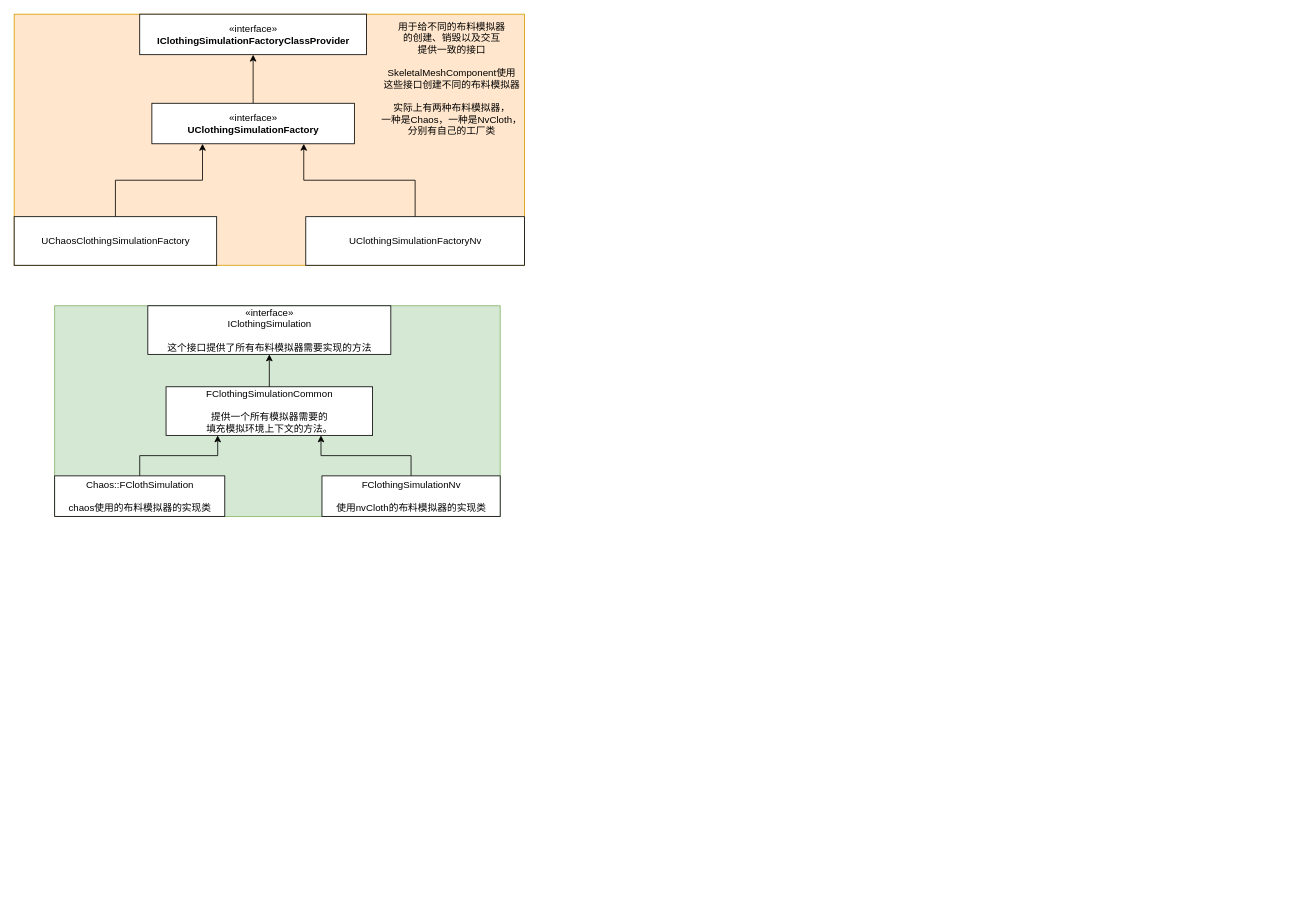
Earlier version of the draw.io diagram ChaosCloth.drawio (wxhaooo/UE4-Beginner-Guide). Source tidied: cells renumbered, new cells numbered last; positions are measured from the earlier drawing's top-left corner, leaving out a move shared by most shapes. Both pictures are drawn from the tidied source at 81%, with x=0, y=0 at pixel (14, 14).
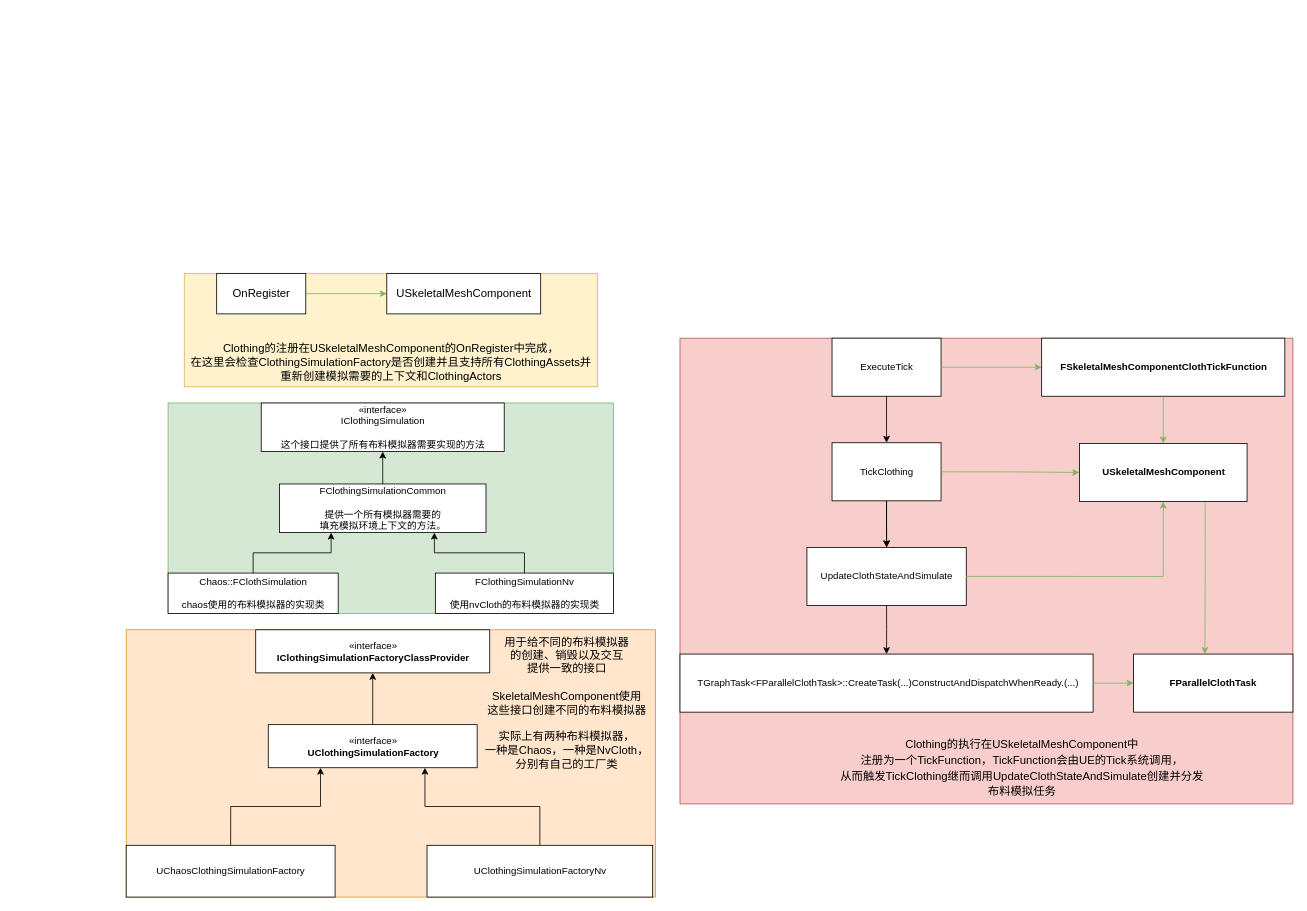
After the change.

What changed in the source:
```diff
@@
     <mxCell id="2" style="group;fillColor=#ffe6cc;strokeColor=#d79b00;" parent="1" vertex="1">
-      <mxGeometry width="630" height="310" as="geometry" />
+      <mxGeometry x="138.3" y="760" width="653.3" height="330" as="geometry" />
     </mxCell>
     <mxCell id="3" value="«interface»&lt;br&gt;&lt;b&gt;UClothingSimulationFactory&lt;/b&gt;" style="html=1;" parent="2" vertex="1">
-      <mxGeometry x="170" y="110" width="250" height="50" as="geometry" />
+      <mxGeometry x="175.4" y="117.1" width="257.9" height="53.2" as="geometry" />
     </mxCell>
     <mxCell id="4" value="«interface»&lt;br&gt;&lt;b&gt;IClothingSimulationFactoryClassProvider&lt;/b&gt;" style="html=1;" parent="2" vertex="1">
-      <mxGeometry x="155" width="280" height="50" as="geometry" />
+      <mxGeometry x="159.9" width="288.9" height="53.2" as="geometry" />
     </mxCell>
@@
     <mxCell id="7" value="UChaosClothingSimulationFactory" style="html=1;" parent="2" vertex="1">
-      <mxGeometry y="250" width="250" height="60" as="geometry" />
+      <mxGeometry y="266.1" width="257.9" height="63.9" as="geometry" />
     </mxCell>
@@
     <mxCell id="9" value="UClothingSimulationFactoryNv" style="html=1;" parent="2" vertex="1">
-      <mxGeometry x="360" y="250" width="270" height="60" as="geometry" />
+      <mxGeometry x="371.4" y="266.1" width="278.6" height="63.9" as="geometry" />
     </mxCell>
-    <mxCell id="10" value="用于给不同的布料模拟器&lt;br&gt;的创建、销毁以及交互&lt;br&gt;提供一致的接口&lt;br&gt;&lt;br&gt;SkeletalMeshComponent使用&lt;br&gt;这些接口创建不同的布料模拟器&lt;br&gt;&lt;br&gt;实际上有两种布料模拟器，&lt;br&gt;一种是Chaos，一种是NvCloth，&lt;br&gt;分别有自己的工厂类" style="text;html=1;align=center;verticalAlign=middle;strokeColor=none;fillColor=none;" parent="1" vertex="1">
-      <mxGeometry x="445" y="5" width="190" height="150" as="geometry" />
+    <mxCell id="10" value="用于给不同的布料模拟器&lt;br style=&quot;font-size: 14px;&quot;&gt;的创建、销毁以及交互&lt;br style=&quot;font-size: 14px;&quot;&gt;提供一致的接口&lt;br style=&quot;font-size: 14px;&quot;&gt;&lt;br style=&quot;font-size: 14px;&quot;&gt;SkeletalMeshComponent使用&lt;br style=&quot;font-size: 14px;&quot;&gt;这些接口创建不同的布料模拟器&lt;br style=&quot;font-size: 14px;&quot;&gt;&lt;br style=&quot;font-size: 14px;&quot;&gt;实际上有两种布料模拟器，&lt;br style=&quot;font-size: 14px;&quot;&gt;一种是Chaos，一种是NvCloth，&lt;br style=&quot;font-size: 14px;&quot;&gt;分别有自己的工厂类" style="text;html=1;align=center;verticalAlign=middle;strokeColor=none;fillColor=none;fontSize=14;" parent="2" vertex="1">
+      <mxGeometry x="433.3" width="220" height="180" as="geometry" />
     </mxCell>
     <mxCell id="11" style="group;fillColor=#d5e8d4;strokeColor=#82b366;" parent="1" vertex="1">
-      <mxGeometry x="50" y="360" width="550" height="260" as="geometry" />
+      <mxGeometry x="190" y="480" width="550" height="260" as="geometry" />
     </mxCell>
@@
+    <mxCell id="19" style="group;fillColor=#fff2cc;strokeColor=#d6b656;" parent="1" vertex="1">
+      <mxGeometry x="210" y="320" width="510" height="140" as="geometry" />
+    </mxCell>
+    <mxCell id="20" value="OnRegister" style="html=1;fontSize=14;" parent="19" vertex="1">
+      <mxGeometry x="40" width="110" height="50" as="geometry" />
+    </mxCell>
+    <mxCell id="21" value="USkeletalMeshComponent" style="html=1;fontSize=14;" parent="19" vertex="1">
+      <mxGeometry x="250" width="190" height="50" as="geometry" />
+    </mxCell>
+    <mxCell id="22" style="edgeStyle=orthogonalEdgeStyle;rounded=0;jettySize=auto;html=1;exitX=1;exitY=0.5;exitDx=0;exitDy=0;entryX=0;entryY=0.5;entryDx=0;entryDy=0;fontSize=14;fillColor=#d5e8d4;strokeColor=#82b366;" parent="19" edge="1" source="20" target="21">
+      <mxGeometry relative="1" as="geometry" />
+    </mxCell>
+    <mxCell id="23" value="Clothing的注册在USkeletalMeshComponent的OnRegister中完成，&lt;br&gt;在这里会检查ClothingSimulationFactory是否创建并且支持所有ClothingAssets并&lt;br&gt;重新创建模拟需要的上下文和ClothingActors&lt;br&gt;" style="text;html=1;align=center;verticalAlign=middle;strokeColor=none;fillColor=none;fontSize=14;" parent="19" vertex="1">
+      <mxGeometry y="80" width="510" height="60" as="geometry" />
+    </mxCell>
+    <mxCell id="24" style="group;fillColor=#f8cecc;strokeColor=#b85450;" parent="1" vertex="1">
+      <mxGeometry x="822" y="400" width="756.7" height="575" as="geometry" />
+    </mxCell>
+    <mxCell id="25" value="ExecuteTick" style="html=1;" parent="24" vertex="1">
+      <mxGeometry x="187.7" width="134.6" height="71.7" as="geometry" />
+    </mxCell>
+    <mxCell id="26" style="edgeStyle=orthogonalEdgeStyle;rounded=0;jettySize=auto;html=1;exitX=0.5;exitY=1;exitDx=0;exitDy=0;fontSize=14;" parent="24" edge="1" source="27" target="28">
+      <mxGeometry relative="1" as="geometry" />
+    </mxCell>
+    <mxCell id="27" value="TickClothing" style="html=1;" parent="24" vertex="1">
+      <mxGeometry x="187.7" y="129.1" width="134.6" height="71.7" as="geometry" />
+    </mxCell>
+    <mxCell id="28" value="UpdateClothStateAndSimulate" style="html=1;" parent="24" vertex="1">
+      <mxGeometry x="156.7" y="258.3" width="196.7" height="71.7" as="geometry" />
+    </mxCell>
+    <mxCell id="29" value="&lt;b&gt;FSkeletalMeshComponentClothTickFunction&lt;/b&gt;" style="html=1;" parent="24" vertex="1">
+      <mxGeometry x="446.5" width="300.2" height="71.7" as="geometry" />
+    </mxCell>
+    <mxCell id="30" style="edgeStyle=orthogonalEdgeStyle;rounded=0;jettySize=auto;html=1;exitX=1;exitY=0.5;exitDx=0;exitDy=0;entryX=0;entryY=0.5;entryDx=0;entryDy=0;fillColor=#d5e8d4;strokeColor=#82b366;" parent="24" edge="1" source="25" target="29">
+      <mxGeometry relative="1" as="geometry" />
+    </mxCell>
+    <mxCell id="31" value="&lt;b&gt;USkeletalMeshComponent&lt;/b&gt;" style="html=1;" parent="24" vertex="1">
+      <mxGeometry x="493.1" y="130" width="207" height="71.7" as="geometry" />
+    </mxCell>
+    <mxCell id="32" style="edgeStyle=orthogonalEdgeStyle;rounded=0;jettySize=auto;html=1;exitX=1;exitY=0.5;exitDx=0;exitDy=0;entryX=0;entryY=0.5;entryDx=0;entryDy=0;fillColor=#d5e8d4;strokeColor=#82b366;" parent="24" edge="1" source="27" target="31">
+      <mxGeometry relative="1" as="geometry" />
+    </mxCell>
+    <mxCell id="33" style="edgeStyle=orthogonalEdgeStyle;rounded=0;jettySize=auto;html=1;exitX=1;exitY=0.5;exitDx=0;exitDy=0;entryX=0.5;entryY=1;entryDx=0;entryDy=0;fillColor=#d5e8d4;strokeColor=#82b366;" parent="24" edge="1" source="28" target="31">
+      <mxGeometry relative="1" as="geometry" />
+    </mxCell>
+    <mxCell id="34" value="&lt;font style=&quot;font-size: 14px&quot;&gt;Clothing的执行在USkeletalMeshComponent中&lt;br&gt;注册为一个TickFunction，TickFunction会由UE的Tick系统调用，&lt;br&gt;从而触发TickClothing继而调用UpdateClothStateAndSimulate创建并分发&lt;br&gt;布料模拟任务&lt;/font&gt;" style="text;html=1;align=center;verticalAlign=middle;strokeColor=none;fillColor=none;fontSize=16;" parent="24" vertex="1">
+      <mxGeometry x="191.7" y="485" width="460" height="90" as="geometry" />
+    </mxCell>
+    <mxCell id="35" style="edgeStyle=orthogonalEdgeStyle;rounded=0;jettySize=auto;html=1;entryX=0.5;entryY=0;entryDx=0;entryDy=0;" parent="24" edge="1" source="25" target="27">
+      <mxGeometry relative="1" as="geometry" />
+    </mxCell>
+    <mxCell id="36" style="edgeStyle=orthogonalEdgeStyle;rounded=0;jettySize=auto;html=1;exitX=0.5;exitY=1;exitDx=0;exitDy=0;entryX=0.5;entryY=0;entryDx=0;entryDy=0;" parent="24" edge="1" source="27" target="28">
+      <mxGeometry relative="1" as="geometry" />
+    </mxCell>
+    <mxCell id="37" style="edgeStyle=orthogonalEdgeStyle;rounded=0;jettySize=auto;html=1;fillColor=#d5e8d4;strokeColor=#82b366;" parent="24" edge="1" source="29" target="31">
+      <mxGeometry relative="1" as="geometry" />
+    </mxCell>
+    <mxCell id="38" value="&amp;nbsp;TGraphTask&amp;lt;FParallelClothTask&amp;gt;::CreateTask(...)ConstructAndDispatchWhenReady.(...)" style="html=1;" parent="24" vertex="1">
+      <mxGeometry y="390" width="510" height="71.7" as="geometry" />
+    </mxCell>
+    <mxCell id="39" style="edgeStyle=orthogonalEdgeStyle;rounded=0;jettySize=auto;html=1;exitX=0.5;exitY=1;exitDx=0;exitDy=0;entryX=0.5;entryY=0;entryDx=0;entryDy=0;fontSize=14;" parent="24" edge="1" source="28" target="38">
+      <mxGeometry relative="1" as="geometry" />
+    </mxCell>
+    <mxCell id="40" value="&lt;b&gt;FParallelClothTask&lt;/b&gt;" style="html=1;" parent="24" vertex="1">
+      <mxGeometry x="560" y="390" width="196.7" height="71.7" as="geometry" />
+    </mxCell>
+    <mxCell id="41" style="edgeStyle=orthogonalEdgeStyle;rounded=0;jettySize=auto;html=1;entryX=0;entryY=0.5;entryDx=0;entryDy=0;fontSize=14;fillColor=#d5e8d4;strokeColor=#82b366;" parent="24" edge="1" source="38" target="40">
+      <mxGeometry relative="1" as="geometry" />
+    </mxCell>
+    <mxCell id="42" style="edgeStyle=orthogonalEdgeStyle;rounded=0;jettySize=auto;html=1;exitX=0.75;exitY=1;exitDx=0;exitDy=0;fontSize=14;fillColor=#d5e8d4;strokeColor=#82b366;" parent="1" edge="1" source="31">
+      <mxGeometry relative="1" as="geometry">
+        <mxPoint x="1470" y="790" as="targetPoint" />
+      </mxGeometry>
+    </mxCell>
```
